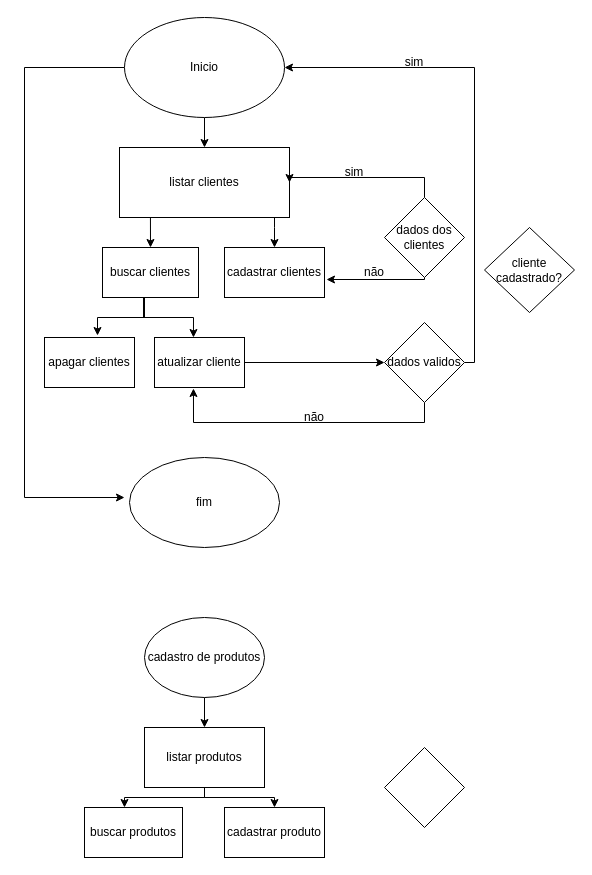
Earlier version of the draw.io diagram doc/fluxograma.drawio (marieduas/fluxograma_). Source tidied: cells renumbered, new cells numbered last; positions are measured from the earlier drawing's top-left corner, leaving out a move shared by most shapes. Both pictures are drawn from the tidied source at 100%, with x=0, y=0 at pixel (24, 17).
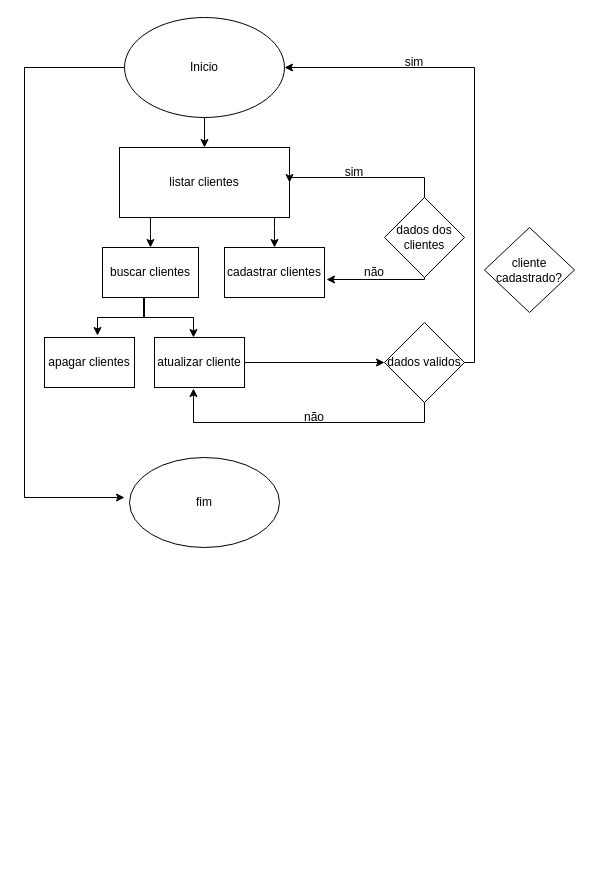
Above is the later version.

Diff of the diagram source:
```diff
@@
-    <mxCell id="26" style="edgeStyle=orthogonalEdgeStyle;rounded=0;jettySize=auto;html=1;" parent="1" edge="1" source="27" target="29">
-      <mxGeometry relative="1" as="geometry" />
-    </mxCell>
-    <mxCell id="27" value="cadastro de produtos" style="ellipse;whiteSpace=wrap;html=1;" parent="1" vertex="1">
-      <mxGeometry x="120" y="600" width="120" height="80" as="geometry" />
-    </mxCell>
-    <mxCell id="28" style="edgeStyle=orthogonalEdgeStyle;rounded=0;jettySize=auto;html=1;entryX=0.5;entryY=0;entryDx=0;entryDy=0;" parent="1" edge="1" source="29" target="30">
-      <mxGeometry relative="1" as="geometry">
-        <Array as="points">
-          <mxPoint x="180" y="780" />
-          <mxPoint x="250" y="780" />
-        </Array>
-      </mxGeometry>
-    </mxCell>
-    <mxCell id="29" value="listar produtos" style="rounded=0;whiteSpace=wrap;html=1;" parent="1" vertex="1">
-      <mxGeometry x="120" y="710" width="120" height="60" as="geometry" />
-    </mxCell>
-    <mxCell id="30" value="cadastrar produto" style="rounded=0;whiteSpace=wrap;html=1;" parent="1" vertex="1">
-      <mxGeometry x="200" y="790" width="100" height="50" as="geometry" />
-    </mxCell>
-    <mxCell id="31" value="buscar produtos" style="rounded=0;whiteSpace=wrap;html=1;" parent="1" vertex="1">
-      <mxGeometry x="60" y="790" width="98" height="50" as="geometry" />
-    </mxCell>
-    <mxCell id="32" style="edgeStyle=orthogonalEdgeStyle;rounded=0;jettySize=auto;html=1;" parent="1" edge="1" source="29">
-      <mxGeometry relative="1" as="geometry">
-        <mxPoint x="100" y="790" as="targetPoint" />
-        <Array as="points">
-          <mxPoint x="180" y="780" />
-          <mxPoint x="100" y="780" />
-        </Array>
-      </mxGeometry>
-    </mxCell>
-    <mxCell id="33" style="rhombus;whiteSpace=wrap;html=1;" parent="1" vertex="1">
-      <mxGeometry x="360" y="730" width="80" height="80" as="geometry" />
-    </mxCell>
```
